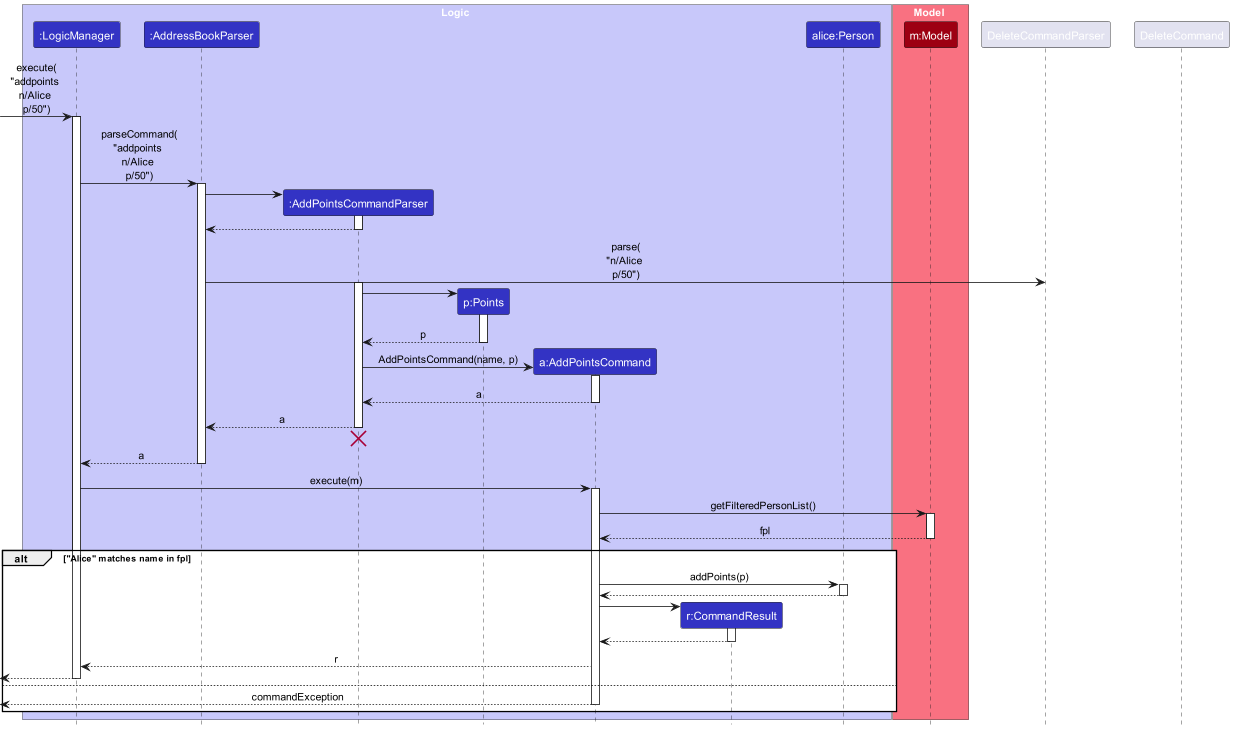
kokerinks/tp keeps this PlantUML diagram as docs/images/AddPointsSequenceDiagram.png. Above is the earlier version. Its diagram source:
```plantuml
@startuml
!include style.puml
skinparam ArrowFontStyle plain

box Logic LOGIC_COLOR_T1
participant ":LogicManager" as LogicManager LOGIC_COLOR
participant ":AddressBookParser" as AddressBookParser LOGIC_COLOR
participant ":AddPointsCommandParser" as AddPointsCommandParser LOGIC_COLOR
participant "p:Points" as Points LOGIC_COLOR
participant "a:AddPointsCommand" as AddPointsCommand LOGIC_COLOR
participant "r:CommandResult" as CommandResult LOGIC_COLOR
participant "alice:Person" as Person LOGIC_COLOR
end box

box Model MODEL_COLOR_T1
participant "m:Model" as Model MODEL_COLOR
end box

[-> LogicManager : execute(\n"addpoints \nn/Alice \np/50")
activate LogicManager

LogicManager -> AddressBookParser : parseCommand(\n"addpoints \nn/Alice \np/50")
activate AddressBookParser

create AddPointsCommandParser
AddressBookParser -> AddPointsCommandParser
activate AddPointsCommandParser

AddPointsCommandParser --> AddressBookParser
deactivate AddPointsCommandParser

AddressBookParser -> DeleteCommandParser : parse(\n"n/Alice \np/50")
activate AddPointsCommandParser

create Points
AddPointsCommandParser -> Points
activate Points

Points --> AddPointsCommandParser : p
deactivate Points

create AddPointsCommand
AddPointsCommandParser -> AddPointsCommand : AddPointsCommand(name, p)
activate AddPointsCommand

AddPointsCommand --> AddPointsCommandParser : a
deactivate AddPointsCommand

AddPointsCommandParser --> AddressBookParser : a
deactivate AddPointsCommandParser
AddPointsCommandParser -[hidden]-> AddressBookParser
destroy AddPointsCommandParser

AddressBookParser --> LogicManager : a
deactivate AddressBookParser

LogicManager -> AddPointsCommand : execute(m)
activate AddPointsCommand

AddPointsCommand -> Model : getFilteredPersonList()
activate Model

Model --> AddPointsCommand : fpl
deactivate Model

alt "Alice" matches name in fpl
    AddPointsCommand -> Person : addPoints(p)
activate Person

Person --> AddPointsCommand
deactivate Person

create CommandResult
AddPointsCommand -> CommandResult
activate CommandResult

CommandResult --> AddPointsCommand
deactivate CommandResult

AddPointsCommand --> LogicManager : r
deactivate DeleteCommand

[<--LogicManager
deactivate LogicManager

else
    [<-- AddPointsCommand : commandException
    deactivate AddPointsCommand
end
@enduml
```
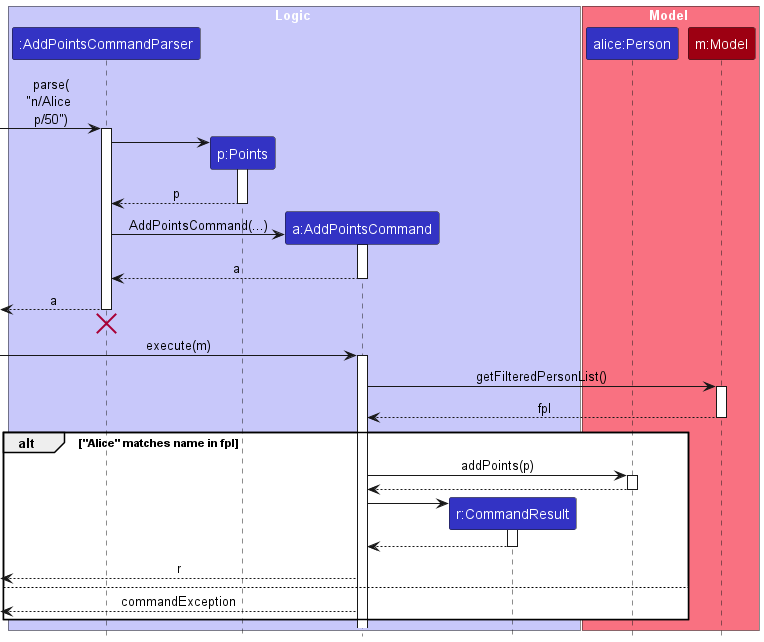
After the commit.

What changed in the source:
```diff
@@ -1,35 +1,21 @@
 @startuml
 !include style.puml
 skinparam ArrowFontStyle plain
+skinparam ParticipantPadding 0
 
 box Logic LOGIC_COLOR_T1
-participant ":LogicManager" as LogicManager LOGIC_COLOR
-participant ":AddressBookParser" as AddressBookParser LOGIC_COLOR
 participant ":AddPointsCommandParser" as AddPointsCommandParser LOGIC_COLOR
 participant "p:Points" as Points LOGIC_COLOR
 participant "a:AddPointsCommand" as AddPointsCommand LOGIC_COLOR
 participant "r:CommandResult" as CommandResult LOGIC_COLOR
-participant "alice:Person" as Person LOGIC_COLOR
 end box
 
 box Model MODEL_COLOR_T1
+participant "alice:Person" as Person LOGIC_COLOR
 participant "m:Model" as Model MODEL_COLOR
 end box
 
-[-> LogicManager : execute(\n"addpoints \nn/Alice \np/50")
-activate LogicManager
-
-LogicManager -> AddressBookParser : parseCommand(\n"addpoints \nn/Alice \np/50")
-activate AddressBookParser
-
-create AddPointsCommandParser
-AddressBookParser -> AddPointsCommandParser
-activate AddPointsCommandParser
-
-AddPointsCommandParser --> AddressBookParser
-deactivate AddPointsCommandParser
-
-AddressBookParser -> DeleteCommandParser : parse(\n"n/Alice \np/50")
+[-> AddPointsCommandParser : parse(\n"n/Alice \np/50")
 activate AddPointsCommandParser
 
 create Points
@@ -40,21 +26,18 @@
 deactivate Points
 
 create AddPointsCommand
-AddPointsCommandParser -> AddPointsCommand : AddPointsCommand(name, p)
+AddPointsCommandParser -> AddPointsCommand : AddPointsCommand(...)
 activate AddPointsCommand
 
 AddPointsCommand --> AddPointsCommandParser : a
 deactivate AddPointsCommand
 
-AddPointsCommandParser --> AddressBookParser : a
+[<-- AddPointsCommandParser : a
 deactivate AddPointsCommandParser
-AddPointsCommandParser -[hidden]-> AddressBookParser
+[<-[hidden]- AddPointsCommandParser
 destroy AddPointsCommandParser
 
-AddressBookParser --> LogicManager : a
-deactivate AddressBookParser
-
-LogicManager -> AddPointsCommand : execute(m)
+[-> AddPointsCommand : execute(m)
 activate AddPointsCommand
 
 AddPointsCommand -> Model : getFilteredPersonList()
@@ -77,14 +60,9 @@
 CommandResult --> AddPointsCommand
 deactivate CommandResult
 
-AddPointsCommand --> LogicManager : r
-deactivate DeleteCommand
-
-[<--LogicManager
-deactivate LogicManager
+[<-- AddPointsCommand : r
 
 else
     [<-- AddPointsCommand : commandException
-    deactivate AddPointsCommand
 end
 @enduml
```
